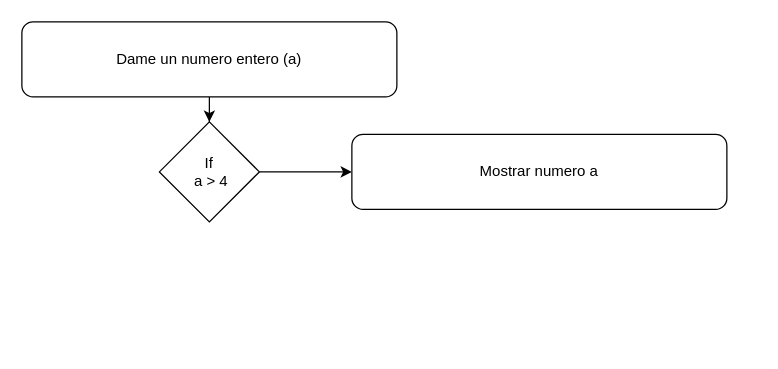
Above: Untitled Diagram.drawio in ae08497/curso (draw.io), before the change. Source tidied: cells renumbered, new cells numbered last; positions are measured from the earlier drawing's top-left corner, leaving out a move shared by most shapes. Both pictures are drawn from the tidied source at 125%, with x=0, y=0 at pixel (21, 21).
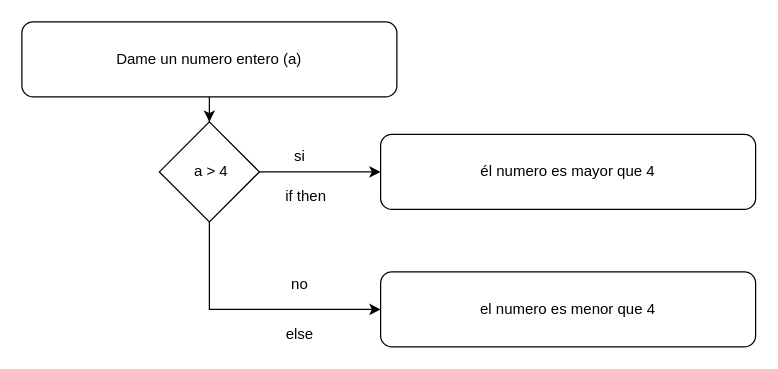
Above is the later version.

Diff of the diagram source:
```diff
@@
 <mxGraphModel>
   <root>
     <mxCell id="0" />
     <mxCell id="1" parent="0" />
     <mxCell id="2" style="edgeStyle=orthogonalEdgeStyle;rounded=0;jettySize=auto;html=1;" parent="1" edge="1" source="3" target="6">
       <mxGeometry relative="1" as="geometry" />
     </mxCell>
+    <mxCell id="7" style="edgeStyle=orthogonalEdgeStyle;rounded=0;jettySize=auto;html=1;exitX=0.5;exitY=1;exitDx=0;exitDy=0;entryX=0;entryY=0.5;entryDx=0;entryDy=0;" parent="1" edge="1" source="3" target="10">
+      <mxGeometry relative="1" as="geometry" />
+    </mxCell>
-    <mxCell id="3" value="If&lt;br&gt;&amp;nbsp;a &amp;gt; 4" style="rhombus;whiteSpace=wrap;html=1;" parent="1" vertex="1">
+    <mxCell id="3" value="&amp;nbsp;a &amp;gt; 4" style="rhombus;whiteSpace=wrap;html=1;" parent="1" vertex="1">
       <mxGeometry x="110" y="80" width="80" height="80" as="geometry" />
     </mxCell>
     <mxCell id="4" style="edgeStyle=orthogonalEdgeStyle;rounded=0;jettySize=auto;html=1;entryX=0.5;entryY=0;entryDx=0;entryDy=0;" parent="1" edge="1" source="5" target="3">
       <mxGeometry relative="1" as="geometry" />
     </mxCell>
     <mxCell id="5" value="Dame un numero entero (a)" style="rounded=1;whiteSpace=wrap;html=1;" parent="1" vertex="1">
       <mxGeometry width="300" height="60" as="geometry" />
     </mxCell>
-    <mxCell id="6" value="Mostrar numero a" style="rounded=1;whiteSpace=wrap;html=1;" parent="1" vertex="1">
-      <mxGeometry x="264" y="90" width="300" height="60" as="geometry" />
+    <mxCell id="6" value="él numero es mayor que 4" style="rounded=1;whiteSpace=wrap;html=1;" parent="1" vertex="1">
+      <mxGeometry x="287" y="90" width="300" height="60" as="geometry" />
     </mxCell>
+    <mxCell id="8" value="no" style="text;html=1;align=center;verticalAlign=middle;" parent="1" vertex="1">
+      <mxGeometry x="207" y="200" width="30" height="20" as="geometry" />
+    </mxCell>
+    <mxCell id="9" value="&lt;br&gt;&lt;br&gt;si&lt;br&gt;&lt;br&gt;" style="text;html=1;align=center;verticalAlign=middle;" parent="1" vertex="1">
+      <mxGeometry x="212" y="70" width="20" height="60" as="geometry" />
+    </mxCell>
+    <mxCell id="10" value="el numero es menor que 4" style="rounded=1;whiteSpace=wrap;html=1;" parent="1" vertex="1">
+      <mxGeometry x="287" y="200" width="300" height="60" as="geometry" />
+    </mxCell>
+    <mxCell id="11" value="if then" style="text;html=1;align=center;verticalAlign=middle;" parent="1" vertex="1">
+      <mxGeometry x="202" y="130" width="50" height="20" as="geometry" />
+    </mxCell>
+    <mxCell id="12" value="else&lt;br&gt;" style="text;html=1;align=center;verticalAlign=middle;" parent="1" vertex="1">
+      <mxGeometry x="202" y="240" width="40" height="20" as="geometry" />
+    </mxCell>
   </root>
 </mxGraphModel>
```
